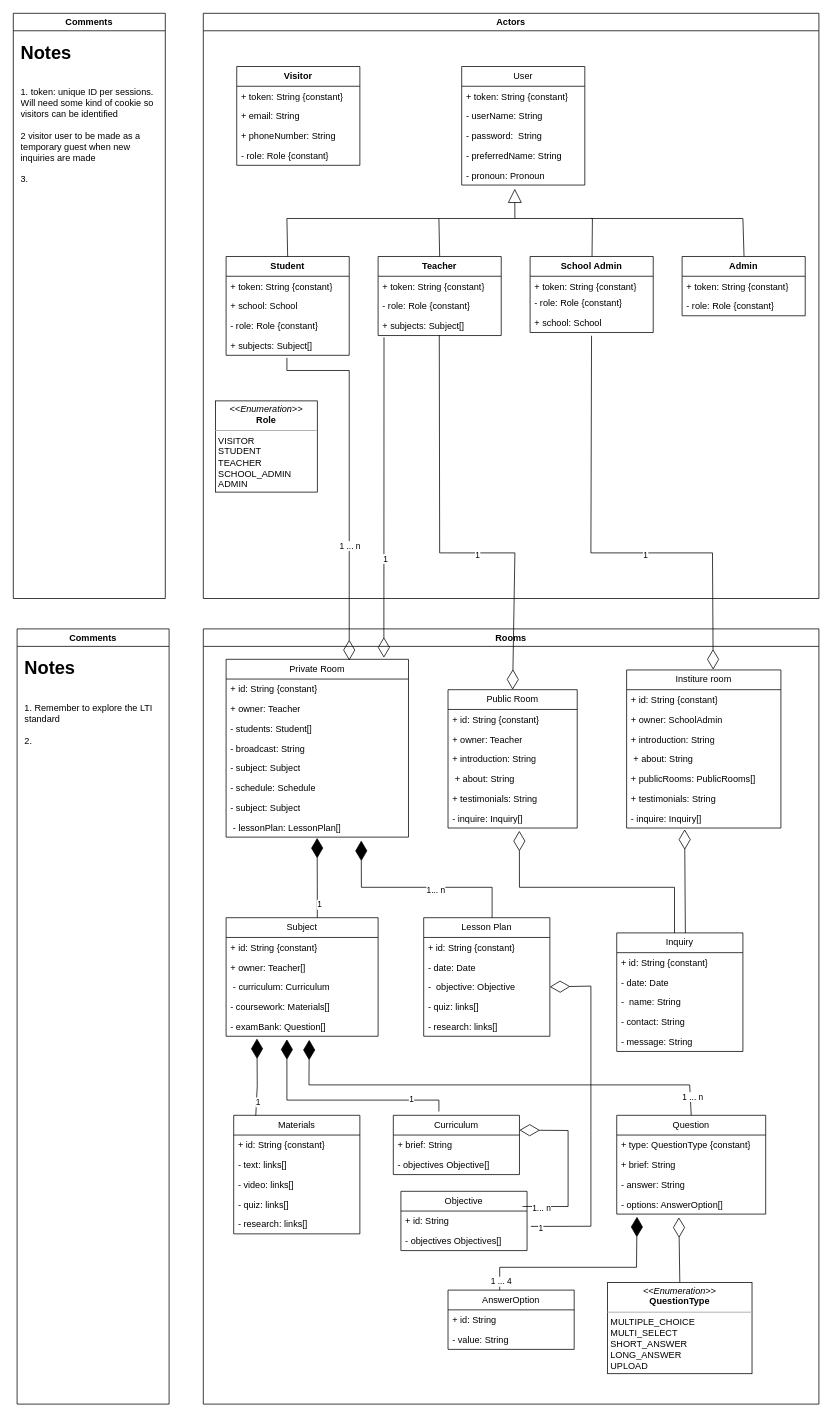
Earlier version of the draw.io diagram docs/assets/Level 1 Class diagram.drawio (akshayvijaynair/music-academy-docs). Source tidied: cells renumbered, new cells numbered last; positions are measured from the earlier drawing's top-left corner, leaving out a move shared by most shapes. Both pictures are drawn from the tidied source at 76%, with x=0, y=0 at pixel (13, 13).
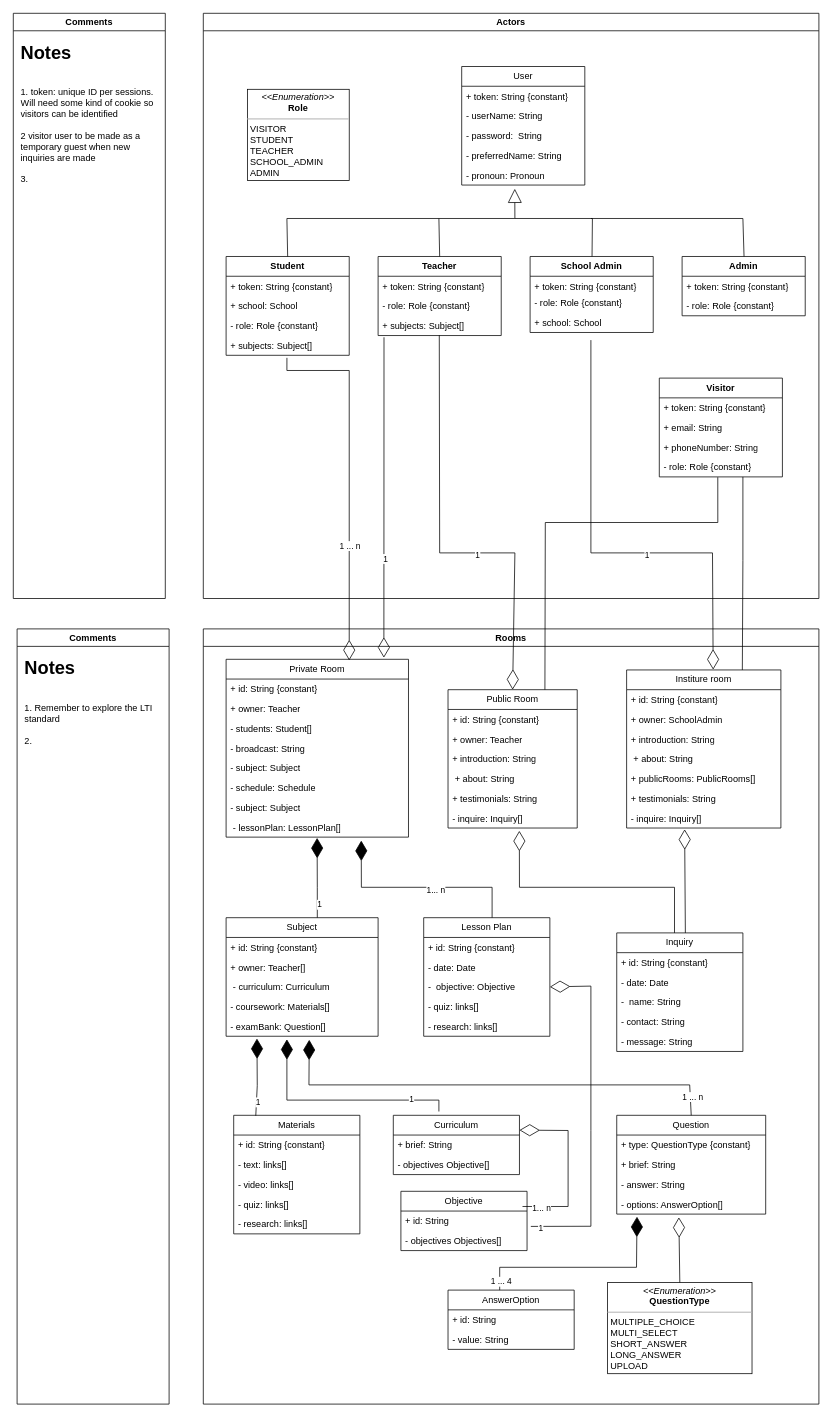
The same diagram, later.

Commit message:
feat(ClassDiagram): added links to Visitor class

Unchanged cells that the change refers to:
```xml
<mxCell id="2" value="Actors" style="swimlane;whiteSpace=wrap;html=1;" parent="1" vertex="1">
  <mxGeometry x="250" width="810" height="770" as="geometry" />
</mxCell>
<mxCell id="15" value="+ school: School" style="text;strokeColor=none;fillColor=none;align=left;verticalAlign=top;spacingLeft=4;spacingRight=4;overflow=hidden;points=[[0,0.5],[1,0.5]];portConstraint=eastwest;whiteSpace=wrap;html=1;" parent="12" vertex="1">
  <mxGeometry y="74" width="162" height="26" as="geometry" />
</mxCell>
<mxCell id="23" value="- role: Role {constant}" style="text;strokeColor=none;fillColor=none;align=left;verticalAlign=top;spacingLeft=4;spacingRight=4;overflow=hidden;points=[[0,0.5],[1,0.5]];portConstraint=eastwest;whiteSpace=wrap;html=1;" parent="19" vertex="1">
  <mxGeometry y="104" width="162" height="26" as="geometry" />
</mxCell>
<mxCell id="63" value="Public Room" style="swimlane;fontStyle=0;horizontal=1;startSize=26;fillColor=none;whiteSpace=wrap;html=1;" parent="35" vertex="1">
  <mxGeometry x="322" y="80" width="170" height="182" as="geometry" />
</mxCell>
<mxCell id="109" value="Institure room" style="swimlane;fontStyle=0;horizontal=1;startSize=26;fillColor=none;whiteSpace=wrap;html=1;" parent="35" vertex="1">
  <mxGeometry x="557" y="54" width="203" height="208" as="geometry" />
</mxCell>
```

What changed in the source:
```diff
@@
     <mxCell id="19" value="&lt;b&gt;Visitor&lt;/b&gt;" style="swimlane;fontStyle=0;horizontal=1;startSize=26;fillColor=none;whiteSpace=wrap;html=1;" parent="2" vertex="1">
-      <mxGeometry x="44" y="70" width="162" height="130" as="geometry" />
+      <mxGeometry x="600" y="480" width="162" height="130" as="geometry" />
     </mxCell>
@@
     <mxCell id="30" value="&lt;p style=&quot;margin:0px;margin-top:4px;text-align:center;&quot;&gt;&lt;i&gt;&amp;lt;&amp;lt;Enumeration&amp;gt;&amp;gt;&lt;/i&gt;&lt;br&gt;&lt;b&gt;Role&lt;/b&gt;&lt;/p&gt;&lt;hr size=&quot;1&quot;&gt;&lt;p style=&quot;margin:0px;margin-left:4px;&quot;&gt;VISITOR&lt;/p&gt;&lt;p style=&quot;margin:0px;margin-left:4px;&quot;&gt;STUDENT&lt;br&gt;&lt;/p&gt;&lt;p style=&quot;margin:0px;margin-left:4px;&quot;&gt;TEACHER&lt;/p&gt;&lt;p style=&quot;margin:0px;margin-left:4px;&quot;&gt;SCHOOL_ADMIN&lt;/p&gt;&lt;p style=&quot;margin:0px;margin-left:4px;&quot;&gt;ADMIN&lt;/p&gt;&lt;p style=&quot;margin:0px;margin-left:4px;&quot;&gt;&lt;br&gt;&lt;/p&gt;" style="verticalAlign=top;align=left;overflow=fill;fontSize=12;fontFamily=Helvetica;html=1;whiteSpace=wrap;" parent="2" vertex="1">
-      <mxGeometry x="16" y="510" width="134" height="120" as="geometry" />
+      <mxGeometry x="58" y="100" width="134" height="120" as="geometry" />
     </mxCell>
@@
-    <mxCell id="128" style="endArrow=diamondThin;endFill=0;endSize=24;html=1;rounded=0;entryX=0.561;entryY=-0.002;entryDx=0;entryDy=0;exitX=0.499;exitY=1.166;exitDx=0;exitDy=0;exitPerimeter=0;entryPerimeter=0;" parent="1" edge="1" source="15" target="109">
+    <mxCell id="128" style="endArrow=diamondThin;endFill=0;endSize=24;html=1;rounded=0;entryX=0.561;entryY=-0.002;entryDx=0;entryDy=0;entryPerimeter=0;" parent="1" edge="1" target="109">
       <mxGeometry relative="1" as="geometry">
+        <mxPoint x="760" y="430" as="sourcePoint" />
         <Array as="points">
           <mxPoint x="760" y="710" />
           <mxPoint x="920" y="710" />
         </Array>
       </mxGeometry>
     </mxCell>
@@
+    <mxCell id="130" style="endArrow=none;html=1;rounded=0;entryX=0.475;entryY=1.017;entryDx=0;entryDy=0;entryPerimeter=0;exitX=0.75;exitY=0;exitDx=0;exitDy=0;" parent="1" edge="1" source="63" target="23">
+      <mxGeometry relative="1" as="geometry">
+        <Array as="points">
+          <mxPoint x="700" y="670" />
+          <mxPoint x="927" y="670" />
+        </Array>
+      </mxGeometry>
+    </mxCell>
+    <mxCell id="131" style="endArrow=none;html=1;rounded=0;entryX=0.679;entryY=1;entryDx=0;entryDy=0;entryPerimeter=0;exitX=0.75;exitY=0;exitDx=0;exitDy=0;" parent="1" edge="1" source="109" target="23">
+      <mxGeometry relative="1" as="geometry">
+        <Array as="points">
+          <mxPoint x="960" y="720" />
+        </Array>
+      </mxGeometry>
+    </mxCell>
```
